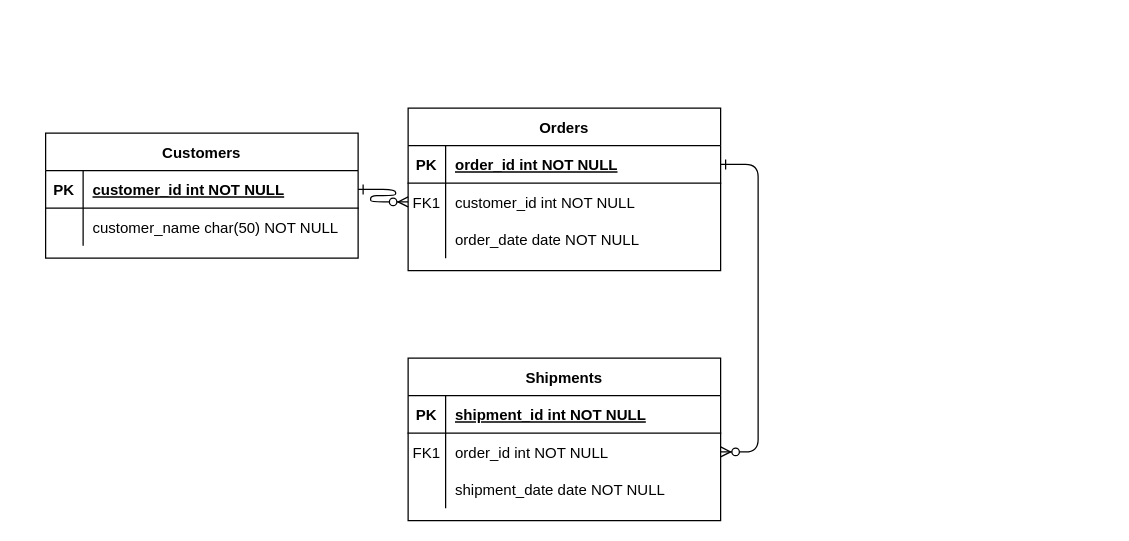
Earlier version of the draw.io diagram 未命名绘图.drawio (csdnqiulian/gitedemo). Source tidied: cells renumbered, new cells numbered last; positions are measured from the earlier drawing's top-left corner, leaving out a move shared by most shapes. Both pictures are drawn from the tidied source at 125%, with x=0, y=0 at pixel (45, 108).
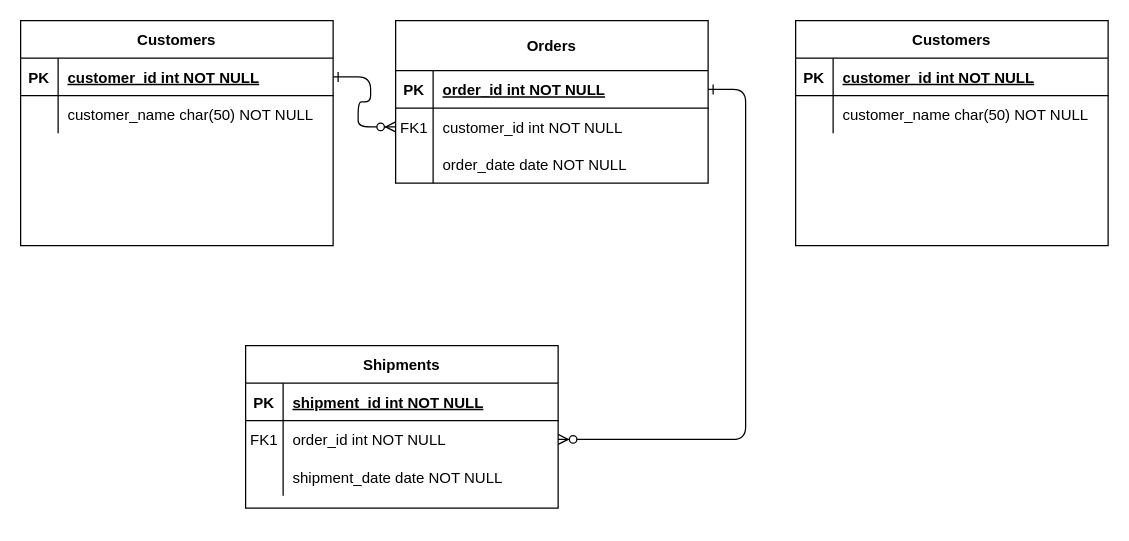
The same page after the edit.

Commit message:
更新未命名绘图.drawio

Diff of the diagram source:
```diff
@@
-    <mxCell id="4" value="Orders" style="shape=table;startSize=30;childLayout=tableLayout;rowLines=0;fontStyle=1;align=center;" parent="1" vertex="1">
-      <mxGeometry x="290" width="250" height="130" as="geometry" />
+    <mxCell id="4" value="Orders" style="shape=table;startSize=40;childLayout=tableLayout;rowLines=0;fontStyle=1;align=center;" parent="1" vertex="1">
+      <mxGeometry x="280" y="-70" width="250" height="130" as="geometry" />
     </mxCell>
     <mxCell id="5" style="shape=partialRectangle;fillColor=none;points=[[0,0.5],[1,0.5]];portConstraint=eastwest;top=0;left=0;right=0;bottom=1;" parent="4" vertex="1">
-      <mxGeometry y="30" width="250" height="30" as="geometry" />
+      <mxGeometry y="40" width="250" height="30" as="geometry" />
     </mxCell>
@@
     <mxCell id="8" style="shape=partialRectangle;fillColor=none;points=[[0,0.5],[1,0.5]];portConstraint=eastwest;top=0;left=0;right=0;bottom=0;" parent="4" vertex="1">
-      <mxGeometry y="60" width="250" height="30" as="geometry" />
+      <mxGeometry y="70" width="250" height="30" as="geometry" />
     </mxCell>
@@
     <mxCell id="11" style="shape=partialRectangle;fillColor=none;top=0;left=0;right=0;bottom=0;" parent="4" vertex="1">
-      <mxGeometry y="90" width="250" height="30" as="geometry" />
+      <mxGeometry y="100" width="250" height="30" as="geometry" />
     </mxCell>
@@
     <mxCell id="14" value="Shipments" style="shape=table;startSize=30;childLayout=tableLayout;rowLines=0;fontStyle=1;align=center;" parent="1" vertex="1">
-      <mxGeometry x="290" y="200" width="250" height="130" as="geometry" />
+      <mxGeometry x="160" y="190" width="250" height="130" as="geometry" />
     </mxCell>
@@
     <mxCell id="24" value="Customers" style="shape=table;startSize=30;childLayout=tableLayout;rowLines=0;fontStyle=1;align=center;" parent="1" vertex="1">
-      <mxGeometry y="20" width="250" height="100" as="geometry" />
+      <mxGeometry x="-20" y="-70" width="250" height="180" as="geometry" />
     </mxCell>
@@
+    <mxCell id="31" value="Customers" style="shape=table;startSize=30;childLayout=tableLayout;rowLines=0;fontStyle=1;align=center;" parent="1" vertex="1">
+      <mxGeometry x="600" y="-70" width="250" height="180" as="geometry" />
+    </mxCell>
+    <mxCell id="32" style="shape=partialRectangle;fillColor=none;top=0;left=0;right=0;bottom=1;" parent="31" vertex="1">
+      <mxGeometry y="30" width="250" height="30" as="geometry" />
+    </mxCell>
+    <mxCell id="33" value="PK" style="shape=partialRectangle;overflow=hidden;fillColor=none;top=0;left=0;bottom=0;right=0;fontStyle=1;" parent="32" vertex="1">
+      <mxGeometry width="30" height="30" as="geometry" />
+    </mxCell>
+    <mxCell id="34" value="customer_id int NOT NULL " style="shape=partialRectangle;overflow=hidden;fillColor=none;top=0;left=0;bottom=0;right=0;align=left;spacingLeft=6;fontStyle=5;" parent="32" vertex="1">
+      <mxGeometry x="30" width="220" height="30" as="geometry" />
+    </mxCell>
+    <mxCell id="35" style="shape=partialRectangle;fillColor=none;top=0;left=0;right=0;bottom=0;" parent="31" vertex="1">
+      <mxGeometry y="60" width="250" height="30" as="geometry" />
+    </mxCell>
+    <mxCell id="36" style="shape=partialRectangle;overflow=hidden;fillColor=none;top=0;left=0;bottom=0;right=0;" parent="35" vertex="1">
+      <mxGeometry width="30" height="30" as="geometry" />
+    </mxCell>
+    <mxCell id="37" value="customer_name char(50) NOT NULL" style="shape=partialRectangle;overflow=hidden;fillColor=none;top=0;left=0;bottom=0;right=0;align=left;spacingLeft=6;" parent="35" vertex="1">
+      <mxGeometry x="30" width="220" height="30" as="geometry" />
+    </mxCell>
```
